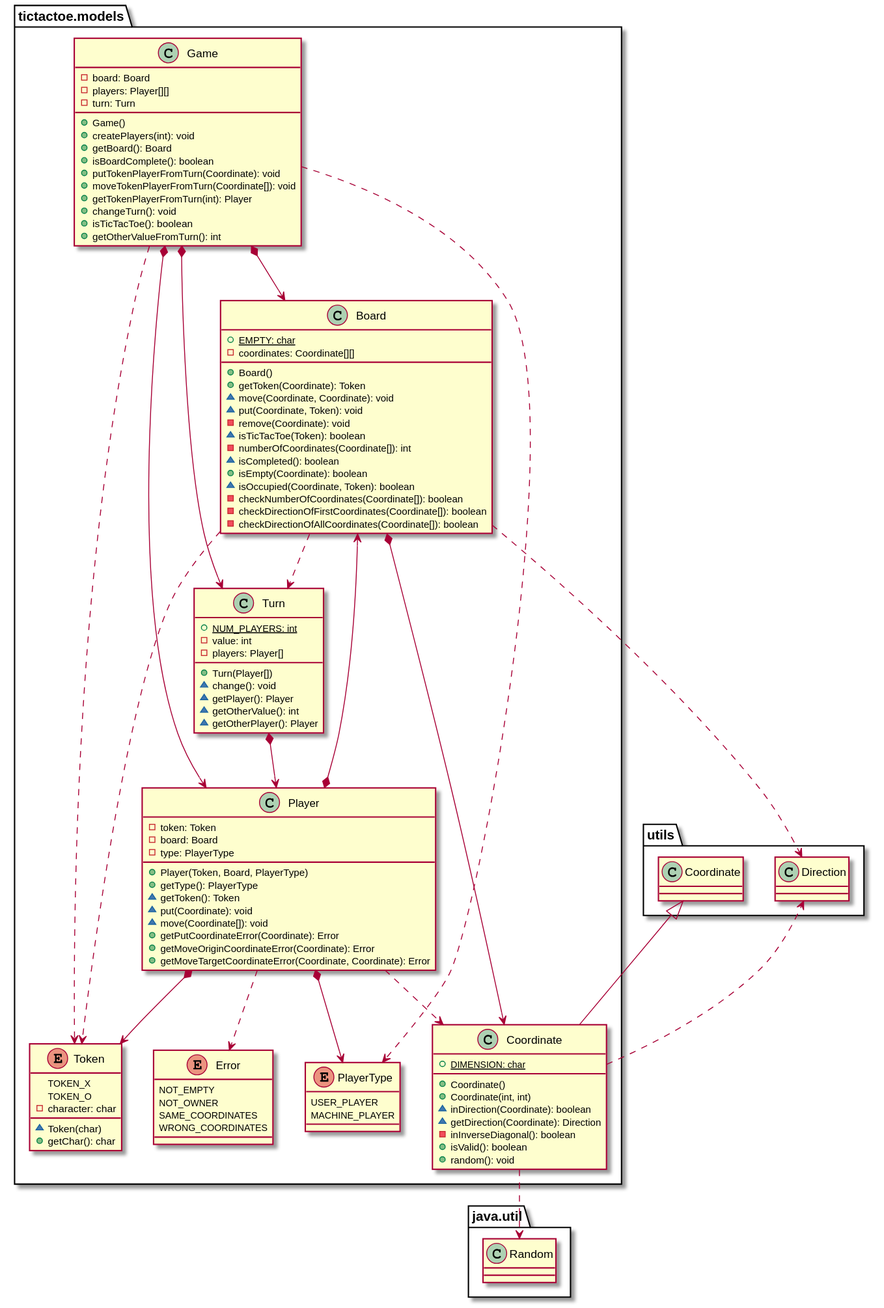
Earlier version of the PlantUML export docs/build/docs/asciidoc/images/tictactoeModelsVersion3.svg (x-USantaTecla-game-ticTacToe/java).
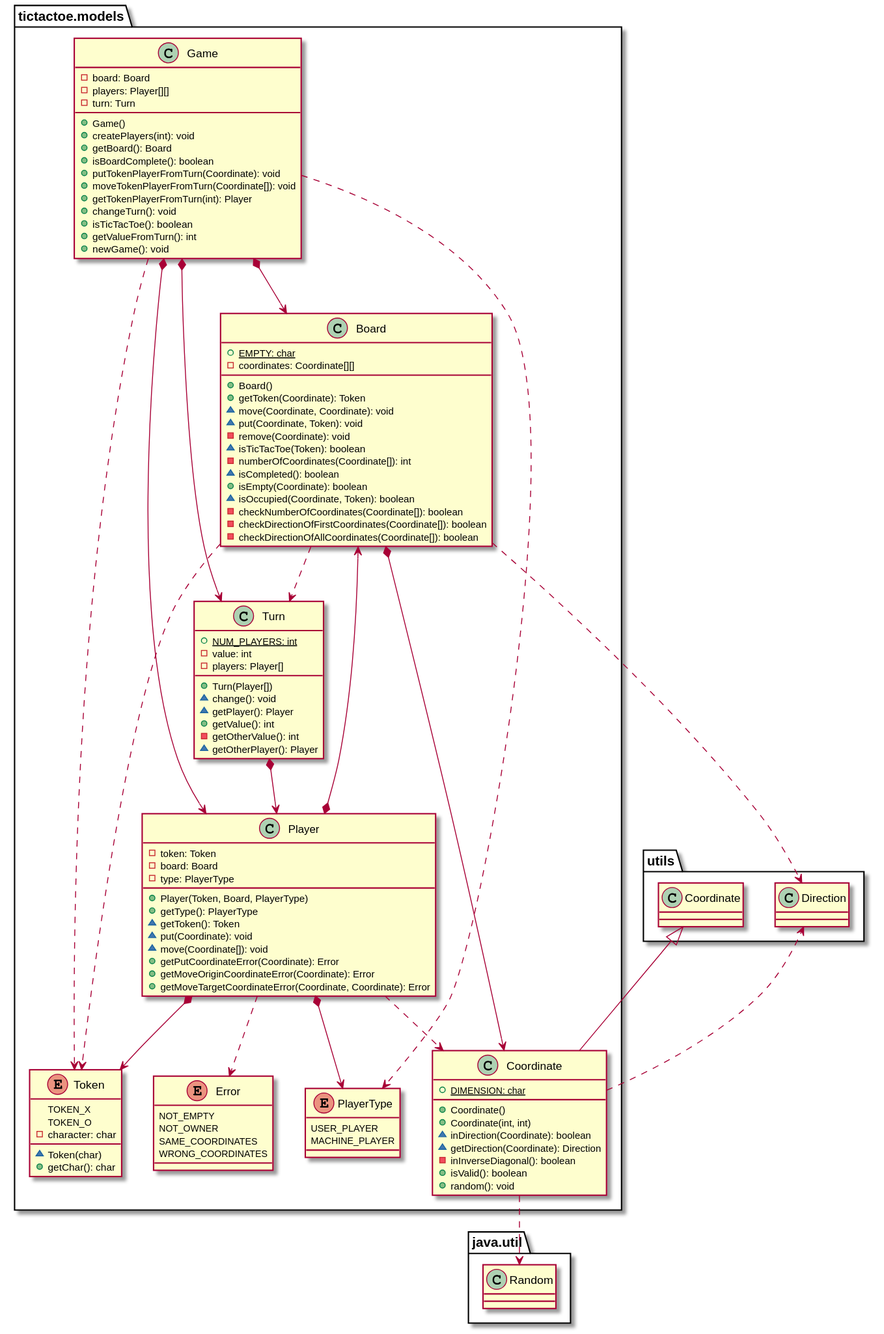
After the commit.

Change to the diagram source:
```diff
@@ -56,7 +56,8 @@
 + getTokenPlayerFromTurn(int): Player
 + changeTurn(): void
 + isTicTacToe(): boolean
-+ getOtherValueFromTurn(): int
++ getValueFromTurn(): int
++ newGame(): void
 }
 tictactoe.models.Game *-down-> tictactoe.models.Board
 tictactoe.models.Game *-down-> tictactoe.models.Player
@@ -103,7 +104,8 @@
 + Turn(Player[])
 ~ change(): void
 ~ getPlayer(): Player
-~ getOtherValue(): int
++ getValue(): int
+- getOtherValue(): int
 ~ getOtherPlayer(): Player
 }
 tictactoe.models.Turn *-down-> tictactoe.models.Player
```
